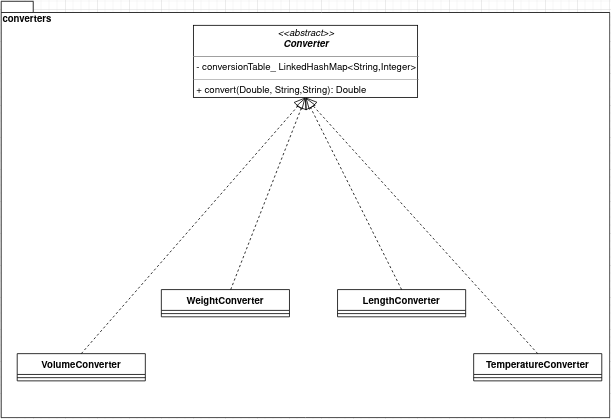
The draw.io diagram rgp-poc/src/main/resources/docs/diagrams/cv_class_diagram.png in gydora03/SZFM_2020_10_RGP, before a commit. Source tidied: cells renumbered, new cells last; positions are measured from the earlier drawing's top-left corner, leaving out a move shared by most shapes. The source it was exported from:
```xml
<mxGraphModel>
  <root>
    <mxCell id="0" />
    <mxCell id="1" parent="0" />
    <mxCell id="2" value="converters" style="shape=folder;fontStyle=1;spacingTop=10;tabWidth=40;tabHeight=14;tabPosition=left;html=1;align=left;verticalAlign=top;" parent="1" vertex="1">
      <mxGeometry width="760" height="520" as="geometry" />
    </mxCell>
    <mxCell id="3" value="&lt;p style=&quot;margin: 0px ; margin-top: 4px ; text-align: center&quot;&gt;&lt;i&gt;&amp;lt;&amp;lt;abstract&amp;gt;&amp;gt;&lt;/i&gt;&lt;br&gt;&lt;i&gt;&lt;b&gt;Converter&lt;/b&gt;&lt;/i&gt;&lt;/p&gt;&lt;hr size=&quot;1&quot;&gt;&lt;p style=&quot;margin: 0px ; margin-left: 4px&quot;&gt;- conversionTable_ LinkedHashMap&amp;lt;String,Integer&amp;gt;&lt;br&gt;&lt;/p&gt;&lt;hr size=&quot;1&quot;&gt;&lt;p style=&quot;margin: 0px ; margin-left: 4px&quot;&gt;+ convert(Double, String,String): Double&lt;br&gt;&lt;/p&gt;" style="verticalAlign=top;align=left;overflow=fill;fontSize=12;fontFamily=Helvetica;html=1;" parent="1" vertex="1">
      <mxGeometry x="240" y="30" width="280" height="90" as="geometry" />
    </mxCell>
    <mxCell id="4" value="LengthConverter" style="swimlane;fontStyle=1;align=center;verticalAlign=top;horizontal=1;startSize=26;" parent="1" vertex="1">
      <mxGeometry x="420" y="360" width="160" height="34" as="geometry" />
    </mxCell>
    <mxCell id="5" style="line;strokeWidth=1;fillColor=none;align=left;verticalAlign=middle;spacingTop=-1;spacingLeft=3;spacingRight=3;labelPosition=right;" parent="4" vertex="1">
      <mxGeometry y="26" width="160" height="8" as="geometry" />
    </mxCell>
    <mxCell id="6" value="VolumeConverter" style="swimlane;fontStyle=1;align=center;verticalAlign=top;horizontal=1;startSize=26;" parent="1" vertex="1">
      <mxGeometry x="20" y="440" width="160" height="34" as="geometry" />
    </mxCell>
    <mxCell id="7" style="line;strokeWidth=1;fillColor=none;align=left;verticalAlign=middle;spacingTop=-1;spacingLeft=3;spacingRight=3;labelPosition=right;" parent="6" vertex="1">
      <mxGeometry y="26" width="160" height="8" as="geometry" />
    </mxCell>
    <mxCell id="8" value="TemperatureConverter" style="swimlane;fontStyle=1;align=center;verticalAlign=top;horizontal=1;startSize=26;" parent="1" vertex="1">
      <mxGeometry x="590" y="440" width="160" height="34" as="geometry" />
    </mxCell>
    <mxCell id="9" style="line;strokeWidth=1;fillColor=none;align=left;verticalAlign=middle;spacingTop=-1;spacingLeft=3;spacingRight=3;labelPosition=right;" parent="8" vertex="1">
      <mxGeometry y="26" width="160" height="8" as="geometry" />
    </mxCell>
    <mxCell id="10" value="WeightConverter" style="swimlane;fontStyle=1;align=center;verticalAlign=top;horizontal=1;startSize=26;" parent="1" vertex="1">
      <mxGeometry x="200" y="360" width="160" height="34" as="geometry" />
    </mxCell>
    <mxCell id="11" style="line;strokeWidth=1;fillColor=none;align=left;verticalAlign=middle;spacingTop=-1;spacingLeft=3;spacingRight=3;labelPosition=right;" parent="10" vertex="1">
      <mxGeometry y="26" width="160" height="8" as="geometry" />
    </mxCell>
    <mxCell id="12" style="endArrow=block;dashed=1;endFill=0;endSize=12;html=1;entryX=0.5;entryY=1;entryDx=0;entryDy=0;" parent="1" edge="1" source="10" target="3">
      <mxGeometry relative="1" as="geometry" />
    </mxCell>
    <mxCell id="13" style="endArrow=block;dashed=1;endFill=0;endSize=12;html=1;entryX=0.5;entryY=1;entryDx=0;entryDy=0;exitX=0.5;exitY=0;exitDx=0;exitDy=0;" parent="1" edge="1" source="6" target="3">
      <mxGeometry relative="1" as="geometry" />
    </mxCell>
    <mxCell id="14" style="endArrow=block;dashed=1;endFill=0;endSize=12;html=1;entryX=0.5;entryY=1;entryDx=0;entryDy=0;exitX=0.5;exitY=0;exitDx=0;exitDy=0;" parent="1" edge="1" source="4" target="3">
      <mxGeometry relative="1" as="geometry" />
    </mxCell>
    <mxCell id="15" style="endArrow=block;dashed=1;endFill=0;endSize=12;html=1;entryX=0.5;entryY=1;entryDx=0;entryDy=0;exitX=0.5;exitY=0;exitDx=0;exitDy=0;" parent="1" edge="1" source="8" target="3">
      <mxGeometry relative="1" as="geometry" />
    </mxCell>
  </root>
</mxGraphModel>
```
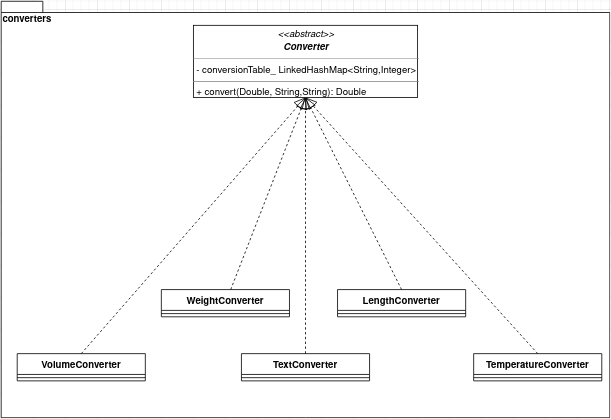
The same file after the commit.

Commit message:
updated class diagrams

What changed in the source:
```diff
@@ -44,5 +44,16 @@
     <mxCell id="15" style="endArrow=block;dashed=1;endFill=0;endSize=12;html=1;entryX=0.5;entryY=1;entryDx=0;entryDy=0;exitX=0.5;exitY=0;exitDx=0;exitDy=0;" parent="1" edge="1" source="8" target="3">
       <mxGeometry relative="1" as="geometry" />
     </mxCell>
+    <mxCell id="16" value="TextConverter" style="swimlane;fontStyle=1;align=center;verticalAlign=top;horizontal=1;startSize=26;" parent="1" vertex="1">
+      <mxGeometry x="300" y="440" width="160" height="34" as="geometry" />
+    </mxCell>
+    <mxCell id="17" style="line;strokeWidth=1;fillColor=none;align=left;verticalAlign=middle;spacingTop=-1;spacingLeft=3;spacingRight=3;labelPosition=right;" parent="16" vertex="1">
+      <mxGeometry y="26" width="160" height="8" as="geometry" />
+    </mxCell>
+    <mxCell id="18" style="endArrow=block;dashed=1;endFill=0;endSize=12;html=1;" parent="1" edge="1" source="16">
+      <mxGeometry relative="1" as="geometry">
+        <mxPoint x="380" y="120" as="targetPoint" />
+      </mxGeometry>
+    </mxCell>
   </root>
 </mxGraphModel>
```
